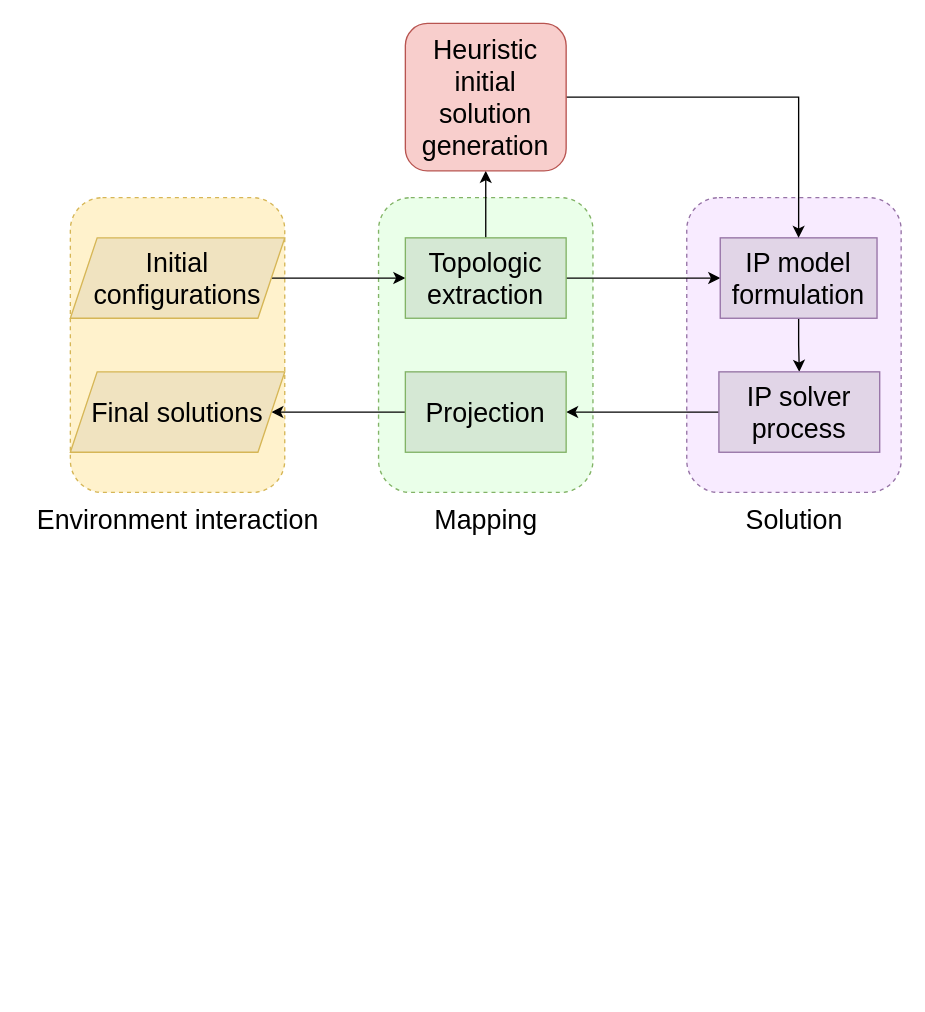
The draw.io diagram OWIP.drawio in HUOJIAXI/A-high-efficient-and-collision-free-algorithm-for-multi-robot-path-planning-in-narrow-passage-env, before the edit. Source tidied: cells renumbered, new cells numbered last; positions are measured from the earlier drawing's top-left corner, leaving out a move shared by most shapes. Both pictures are drawn from the tidied source at 134%, with x=0, y=0 at pixel (23, 23).
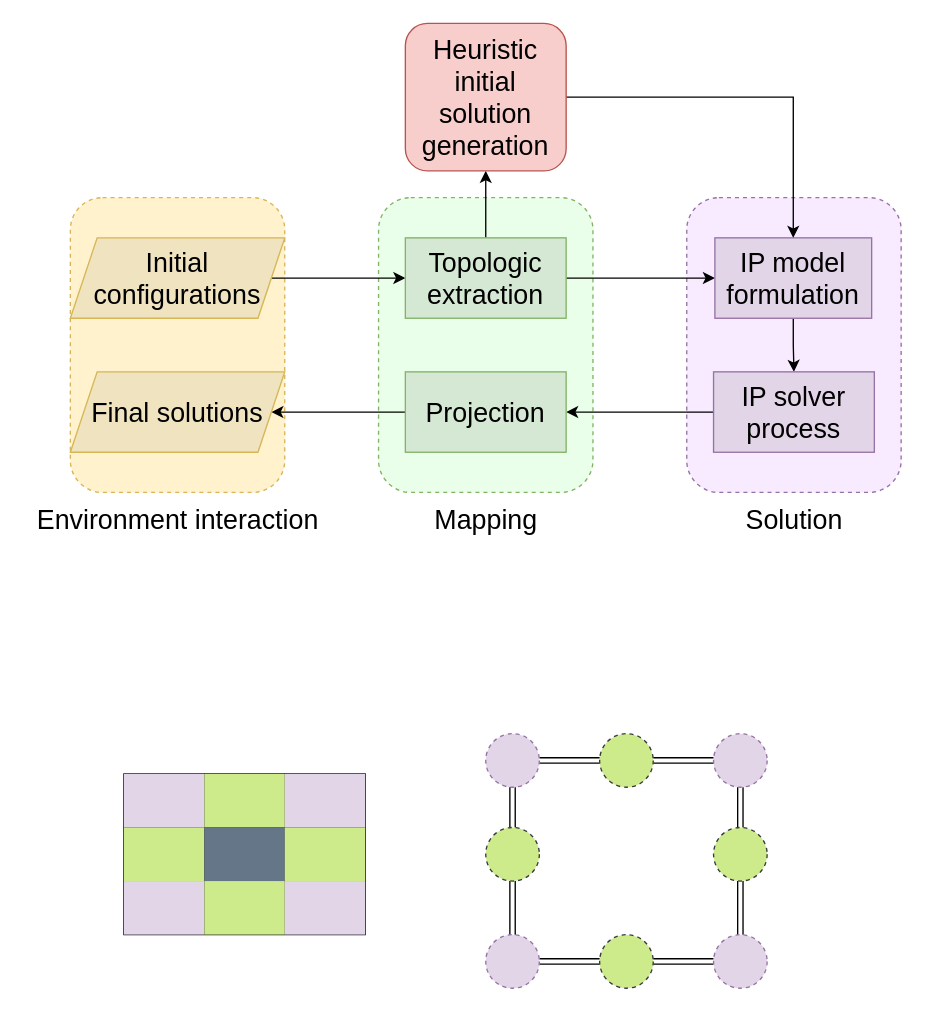
Above is the later version.

The edit, as a diff of the source:
```diff
@@
     <mxCell id="11" value="&lt;font style=&quot;font-size: 20px&quot;&gt;IP model formulation&lt;/font&gt;" style="rounded=0;whiteSpace=wrap;html=1;fillColor=#e1d5e7;strokeColor=#9673a6;" parent="1" vertex="1">
-      <mxGeometry x="520" y="160" width="117" height="60" as="geometry" />
+      <mxGeometry x="516" y="160" width="117" height="60" as="geometry" />
     </mxCell>
@@
     <mxCell id="14" value="&lt;font style=&quot;font-size: 20px&quot;&gt;IP solver process&lt;/font&gt;" style="whiteSpace=wrap;html=1;rounded=0;fillColor=#e1d5e7;strokeColor=#9673a6;" parent="1" vertex="1">
-      <mxGeometry x="519" y="260" width="120" height="60" as="geometry" />
+      <mxGeometry x="515" y="260" width="120" height="60" as="geometry" />
     </mxCell>
@@
+    <mxCell id="22" style="edgeStyle=orthogonalEdgeStyle;rounded=0;jettySize=auto;html=1;shape=link;" parent="1" edge="1" source="23" target="25">
+      <mxGeometry relative="1" as="geometry" />
+    </mxCell>
+    <mxCell id="23" style="ellipse;whiteSpace=wrap;html=1;dashed=1;fillColor=#e1d5e7;strokeColor=#9673a6;" parent="1" vertex="1">
+      <mxGeometry x="345" y="530" width="40" height="40" as="geometry" />
+    </mxCell>
+    <mxCell id="24" style="edgeStyle=orthogonalEdgeStyle;rounded=0;jettySize=auto;html=1;shape=link;" parent="1" edge="1" source="25" target="27">
+      <mxGeometry relative="1" as="geometry" />
+    </mxCell>
+    <mxCell id="25" style="ellipse;whiteSpace=wrap;html=1;dashed=1;fillColor=#cdeb8b;strokeColor=#36393d;" parent="1" vertex="1">
+      <mxGeometry x="430" y="530" width="40" height="40" as="geometry" />
+    </mxCell>
+    <mxCell id="26" style="edgeStyle=orthogonalEdgeStyle;rounded=0;jettySize=auto;html=1;shape=link;" parent="1" edge="1" source="27" target="29">
+      <mxGeometry relative="1" as="geometry" />
+    </mxCell>
+    <mxCell id="27" style="ellipse;whiteSpace=wrap;html=1;dashed=1;fillColor=#e1d5e7;strokeColor=#9673a6;" parent="1" vertex="1">
+      <mxGeometry x="515" y="530" width="40" height="40" as="geometry" />
+    </mxCell>
+    <mxCell id="28" style="edgeStyle=orthogonalEdgeStyle;rounded=0;jettySize=auto;html=1;shape=link;" parent="1" edge="1" source="29" target="31">
+      <mxGeometry relative="1" as="geometry" />
+    </mxCell>
+    <mxCell id="29" style="ellipse;whiteSpace=wrap;html=1;dashed=1;fillColor=#cdeb8b;strokeColor=#36393d;" parent="1" vertex="1">
+      <mxGeometry x="515" y="600" width="40" height="40" as="geometry" />
+    </mxCell>
+    <mxCell id="30" style="edgeStyle=orthogonalEdgeStyle;rounded=0;jettySize=auto;html=1;shape=link;" parent="1" edge="1" source="31" target="33">
+      <mxGeometry relative="1" as="geometry" />
+    </mxCell>
+    <mxCell id="31" style="ellipse;whiteSpace=wrap;html=1;dashed=1;fillColor=#e1d5e7;strokeColor=#9673a6;" parent="1" vertex="1">
+      <mxGeometry x="515" y="680" width="40" height="40" as="geometry" />
+    </mxCell>
+    <mxCell id="32" style="edgeStyle=orthogonalEdgeStyle;rounded=0;jettySize=auto;html=1;shape=link;" parent="1" edge="1" source="33" target="35">
+      <mxGeometry relative="1" as="geometry" />
+    </mxCell>
+    <mxCell id="33" style="ellipse;whiteSpace=wrap;html=1;dashed=1;fillColor=#cdeb8b;strokeColor=#36393d;" parent="1" vertex="1">
+      <mxGeometry x="430" y="680" width="40" height="40" as="geometry" />
+    </mxCell>
+    <mxCell id="34" style="edgeStyle=orthogonalEdgeStyle;rounded=0;jettySize=auto;html=1;shape=link;" parent="1" edge="1" source="35">
+      <mxGeometry relative="1" as="geometry">
+        <mxPoint x="365" y="640" as="targetPoint" />
+      </mxGeometry>
+    </mxCell>
+    <mxCell id="35" style="ellipse;whiteSpace=wrap;html=1;dashed=1;fillColor=#e1d5e7;strokeColor=#9673a6;" parent="1" vertex="1">
+      <mxGeometry x="345" y="680" width="40" height="40" as="geometry" />
+    </mxCell>
+    <mxCell id="36" style="edgeStyle=orthogonalEdgeStyle;rounded=0;jettySize=auto;html=1;shape=link;" parent="1" edge="1" source="37" target="23">
+      <mxGeometry relative="1" as="geometry" />
+    </mxCell>
+    <mxCell id="37" style="ellipse;whiteSpace=wrap;html=1;dashed=1;fillColor=#cdeb8b;strokeColor=#36393d;" parent="1" vertex="1">
+      <mxGeometry x="345" y="600" width="40" height="40" as="geometry" />
+    </mxCell>
+    <mxCell id="38" style="shape=table;html=1;whiteSpace=wrap;startSize=0;childLayout=tableLayout;" parent="1" vertex="1">
+      <mxGeometry x="75" y="560" width="180" height="120" as="geometry" />
+    </mxCell>
+    <mxCell id="39" style="shape=partialRectangle;html=1;whiteSpace=wrap;fillColor=none;top=0;left=0;bottom=0;right=0;" parent="38" vertex="1">
+      <mxGeometry width="180" height="40" as="geometry" />
+    </mxCell>
+    <mxCell id="40" style="shape=partialRectangle;html=1;whiteSpace=wrap;overflow=hidden;fillColor=#e1d5e7;top=0;left=0;bottom=0;right=0;strokeColor=#9673a6;" parent="39" vertex="1">
+      <mxGeometry width="60" height="40" as="geometry" />
+    </mxCell>
+    <mxCell id="41" style="shape=partialRectangle;html=1;whiteSpace=wrap;overflow=hidden;fillColor=#cdeb8b;top=0;left=0;bottom=0;right=0;strokeColor=#36393d;" parent="39" vertex="1">
+      <mxGeometry x="60" width="60" height="40" as="geometry" />
+    </mxCell>
+    <mxCell id="42" style="shape=partialRectangle;html=1;whiteSpace=wrap;overflow=hidden;fillColor=#e1d5e7;top=0;left=0;bottom=0;right=0;strokeColor=#9673a6;" parent="39" vertex="1">
+      <mxGeometry x="120" width="60" height="40" as="geometry" />
+    </mxCell>
+    <mxCell id="43" style="shape=partialRectangle;html=1;whiteSpace=wrap;fillColor=none;top=0;left=0;bottom=0;right=0;" parent="38" vertex="1">
+      <mxGeometry y="40" width="180" height="40" as="geometry" />
+    </mxCell>
+    <mxCell id="44" style="shape=partialRectangle;html=1;whiteSpace=wrap;overflow=hidden;fillColor=#cdeb8b;top=0;left=0;bottom=0;right=0;strokeColor=#36393d;" parent="43" vertex="1">
+      <mxGeometry width="60" height="40" as="geometry" />
+    </mxCell>
+    <mxCell id="45" style="shape=partialRectangle;html=1;whiteSpace=wrap;overflow=hidden;fillColor=#647687;top=0;left=0;bottom=0;right=0;strokeColor=#314354;fontColor=#ffffff;" parent="43" vertex="1">
+      <mxGeometry x="60" width="60" height="40" as="geometry" />
+    </mxCell>
+    <mxCell id="46" style="shape=partialRectangle;html=1;whiteSpace=wrap;overflow=hidden;fillColor=#cdeb8b;top=0;left=0;bottom=0;right=0;strokeColor=#36393d;" parent="43" vertex="1">
+      <mxGeometry x="120" width="60" height="40" as="geometry" />
+    </mxCell>
+    <mxCell id="47" style="shape=partialRectangle;html=1;whiteSpace=wrap;fillColor=none;top=0;left=0;bottom=0;right=0;" parent="38" vertex="1">
+      <mxGeometry y="80" width="180" height="40" as="geometry" />
+    </mxCell>
+    <mxCell id="48" style="shape=partialRectangle;html=1;whiteSpace=wrap;overflow=hidden;fillColor=#e1d5e7;top=0;left=0;bottom=0;right=0;strokeColor=#9673a6;" parent="47" vertex="1">
+      <mxGeometry width="60" height="40" as="geometry" />
+    </mxCell>
+    <mxCell id="49" style="shape=partialRectangle;html=1;whiteSpace=wrap;overflow=hidden;fillColor=#cdeb8b;top=0;left=0;bottom=0;right=0;strokeColor=#36393d;" parent="47" vertex="1">
+      <mxGeometry x="60" width="60" height="40" as="geometry" />
+    </mxCell>
+    <mxCell id="50" style="shape=partialRectangle;html=1;whiteSpace=wrap;overflow=hidden;fillColor=#e1d5e7;top=0;left=0;bottom=0;right=0;strokeColor=#9673a6;" parent="47" vertex="1">
+      <mxGeometry x="120" width="60" height="40" as="geometry" />
+    </mxCell>
```
